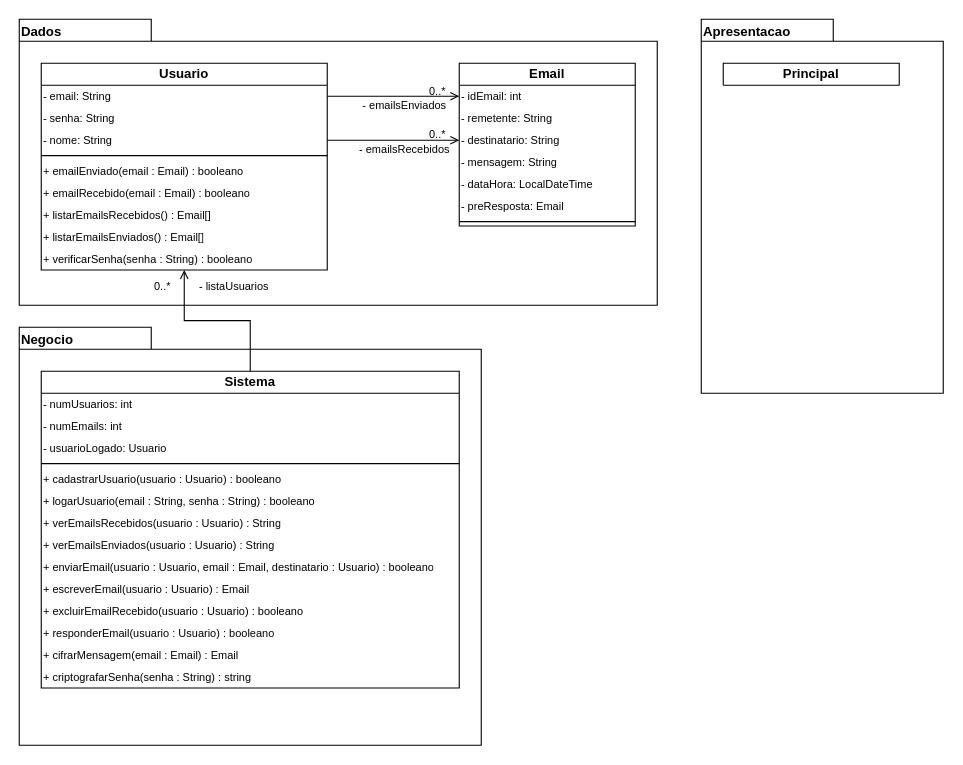
Earlier version of the draw.io diagram TF/Modelo de Classe TF1.drawio (JoaoVargas/2023.2.POO). Source tidied: cells renumbered, new cells numbered last; positions are measured from the earlier drawing's top-left corner, leaving out a move shared by most shapes. Both pictures are drawn from the tidied source at 110%, with x=0, y=0 at pixel (19, 19).
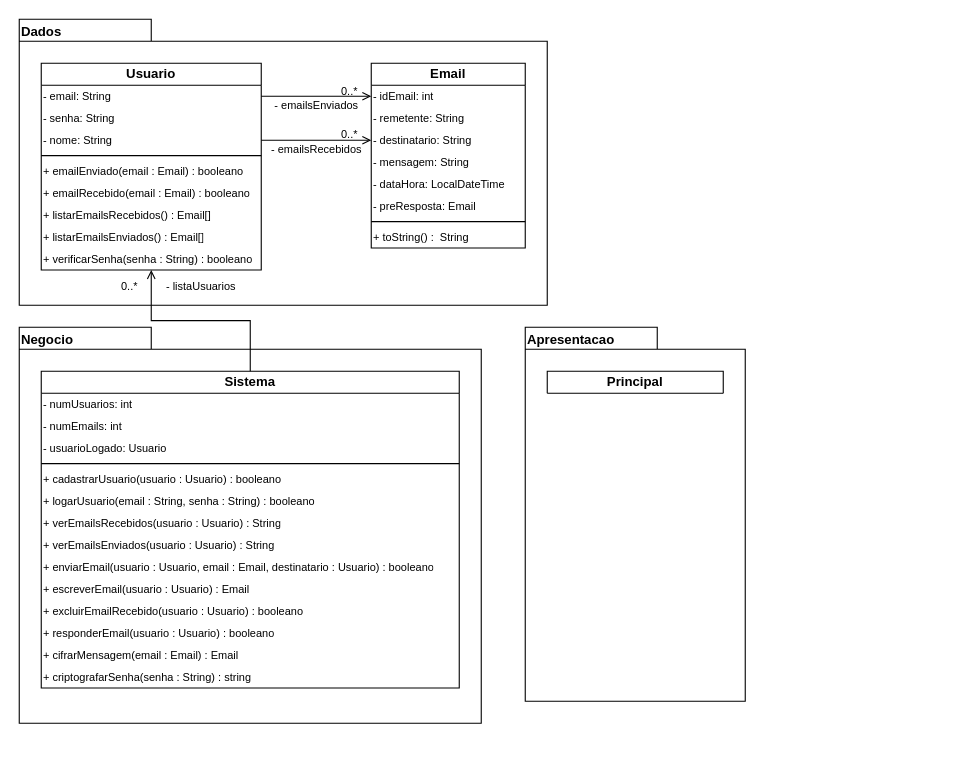
After the change.

The edit, as a diff of the source:
```diff
@@
     <mxCell id="2" value="Dados" style="shape=folder;fontStyle=1;spacingTop=0;tabWidth=120;tabHeight=20;tabPosition=left;html=1;whiteSpace=wrap;align=left;verticalAlign=top;labelPosition=center;verticalLabelPosition=middle;horizontal=1;spacing=0;spacingLeft=2;fillColor=none;rounded=0;" parent="1" vertex="1">
-      <mxGeometry width="580" height="260" as="geometry" />
+      <mxGeometry width="480" height="260" as="geometry" />
     </mxCell>
     <mxCell id="3" value="- emailsEnviados" style="text;html=1;align=center;verticalAlign=middle;strokeColor=none;fillColor=none;fontSize=10;" parent="1" vertex="1">
-      <mxGeometry x="300" y="63" width="100" height="30" as="geometry" />
+      <mxGeometry x="220" y="63" width="100" height="30" as="geometry" />
     </mxCell>
     <mxCell id="4" value="- emailsRecebidos" style="text;html=1;align=center;verticalAlign=middle;strokeColor=none;fillColor=none;fontSize=10;" parent="1" vertex="1">
-      <mxGeometry x="295" y="103" width="110" height="30" as="geometry" />
+      <mxGeometry x="215" y="103" width="110" height="30" as="geometry" />
     </mxCell>
     <mxCell id="5" value="&lt;div&gt;Negocio&lt;/div&gt;" style="shape=folder;fontStyle=1;spacingTop=0;tabWidth=120;tabHeight=20;tabPosition=left;html=1;whiteSpace=wrap;align=left;verticalAlign=top;labelPosition=center;verticalLabelPosition=middle;horizontal=1;spacing=0;spacingLeft=2;fillColor=none;rounded=0;" parent="1" vertex="1">
-      <mxGeometry y="280" width="420" height="380" as="geometry" />
+      <mxGeometry y="280" width="420" height="360" as="geometry" />
     </mxCell>
     <mxCell id="6" value="Apresentacao" style="shape=folder;fontStyle=1;spacingTop=0;tabWidth=120;tabHeight=20;tabPosition=left;html=1;whiteSpace=wrap;align=left;verticalAlign=top;labelPosition=center;verticalLabelPosition=middle;horizontal=1;spacing=0;spacingLeft=2;fillColor=none;rounded=0;" parent="1" vertex="1">
-      <mxGeometry x="620" width="220" height="340" as="geometry" />
+      <mxGeometry x="460" y="280" width="200" height="340" as="geometry" />
     </mxCell>
@@
     <mxCell id="8" value="&lt;b&gt;Usuario&lt;/b&gt;" style="swimlane;fontStyle=0;horizontal=1;startSize=20;fillColor=none;whiteSpace=wrap;html=1;rounded=0;" parent="1" vertex="1">
-      <mxGeometry x="20" y="40" width="260" height="188" as="geometry" />
+      <mxGeometry x="20" y="40" width="200" height="188" as="geometry" />
     </mxCell>
     <mxCell id="9" value="&lt;div style=&quot;font-size: 10px;&quot;&gt;- email: String&lt;/div&gt;" style="text;strokeColor=none;fillColor=none;align=left;verticalAlign=middle;spacingLeft=2;spacingRight=2;overflow=hidden;points=[[0,0.5],[1,0.5]];portConstraint=eastwest;whiteSpace=wrap;html=1;spacing=0;fontSize=10;rounded=0;" parent="8" vertex="1">
-      <mxGeometry y="20" width="260" height="20" as="geometry" />
+      <mxGeometry y="20" width="200" height="20" as="geometry" />
     </mxCell>
     <mxCell id="10" value="&lt;div style=&quot;font-size: 10px;&quot;&gt;- senha: String&lt;/div&gt;" style="text;strokeColor=none;fillColor=none;align=left;verticalAlign=middle;spacingLeft=2;spacingRight=2;overflow=hidden;whiteSpace=wrap;html=1;spacing=0;fontSize=10;rounded=0;" parent="8" vertex="1">
-      <mxGeometry y="40" width="260" height="20" as="geometry" />
+      <mxGeometry y="40" width="200" height="20" as="geometry" />
     </mxCell>
     <mxCell id="11" value="&lt;div style=&quot;font-size: 10px;&quot;&gt;- nome: String&lt;/div&gt;" style="text;strokeColor=none;fillColor=none;align=left;verticalAlign=middle;spacingLeft=2;spacingRight=2;overflow=hidden;points=[[0,0.5],[1,0.5]];portConstraint=eastwest;whiteSpace=wrap;html=1;spacing=0;fontSize=10;rounded=0;" parent="8" vertex="1">
-      <mxGeometry y="60" width="260" height="20" as="geometry" />
+      <mxGeometry y="60" width="200" height="20" as="geometry" />
     </mxCell>
     <mxCell id="12" style="line;strokeWidth=1;fillColor=none;align=left;verticalAlign=middle;spacingTop=-1;spacingLeft=3;spacingRight=3;labelPosition=right;strokeColor=inherit;rounded=0;" parent="8" vertex="1">
-      <mxGeometry y="80" width="260" height="8" as="geometry" />
+      <mxGeometry y="80" width="200" height="8" as="geometry" />
     </mxCell>
     <mxCell id="13" value="&lt;div style=&quot;font-size: 10px;&quot;&gt;+ emailEnviado(email : Email) : booleano&lt;br&gt;&lt;/div&gt;" style="text;strokeColor=none;fillColor=none;align=left;verticalAlign=middle;spacingLeft=2;spacingRight=2;overflow=hidden;whiteSpace=wrap;html=1;spacing=0;fontSize=10;rounded=0;" parent="8" vertex="1">
-      <mxGeometry y="88" width="260" height="20" as="geometry" />
+      <mxGeometry y="88" width="200" height="20" as="geometry" />
     </mxCell>
     <mxCell id="14" value="&lt;div style=&quot;font-size: 10px;&quot;&gt;+ emailRecebido(email : Email) : booleano&lt;br&gt;&lt;/div&gt;" style="text;strokeColor=none;fillColor=none;align=left;verticalAlign=middle;spacingLeft=2;spacingRight=2;overflow=hidden;whiteSpace=wrap;html=1;spacing=0;fontSize=10;rounded=0;" parent="8" vertex="1">
-      <mxGeometry y="108" width="260" height="20" as="geometry" />
+      <mxGeometry y="108" width="200" height="20" as="geometry" />
     </mxCell>
     <mxCell id="15" value="&lt;div style=&quot;font-size: 10px;&quot;&gt;+ listarEmailsRecebidos() : Email[]&lt;br&gt;&lt;/div&gt;" style="text;strokeColor=none;fillColor=none;align=left;verticalAlign=middle;spacingLeft=2;spacingRight=2;overflow=hidden;whiteSpace=wrap;html=1;spacing=0;fontSize=10;rounded=0;" parent="8" vertex="1">
-      <mxGeometry y="128" width="260" height="20" as="geometry" />
+      <mxGeometry y="128" width="200" height="20" as="geometry" />
     </mxCell>
     <mxCell id="16" value="&lt;div style=&quot;font-size: 10px;&quot;&gt;+ listarEmailsEnviados() : Email[]&lt;br&gt;&lt;/div&gt;" style="text;strokeColor=none;fillColor=none;align=left;verticalAlign=middle;spacingLeft=2;spacingRight=2;overflow=hidden;whiteSpace=wrap;html=1;spacing=0;fontSize=10;rounded=0;" parent="8" vertex="1">
-      <mxGeometry y="148" width="260" height="20" as="geometry" />
+      <mxGeometry y="148" width="200" height="20" as="geometry" />
     </mxCell>
     <mxCell id="17" value="&lt;div style=&quot;font-size: 10px;&quot;&gt;+ verificarSenha(senha : String) : booleano&lt;br&gt;&lt;/div&gt;" style="text;strokeColor=none;fillColor=none;align=left;verticalAlign=middle;spacingLeft=2;spacingRight=2;overflow=hidden;whiteSpace=wrap;html=1;spacing=0;fontSize=10;rounded=0;" parent="8" vertex="1">
-      <mxGeometry y="168" width="260" height="20" as="geometry" />
+      <mxGeometry y="168" width="200" height="20" as="geometry" />
     </mxCell>
     <mxCell id="18" value="&lt;b&gt;Email&lt;/b&gt;" style="swimlane;fontStyle=0;horizontal=1;startSize=20;fillColor=none;whiteSpace=wrap;html=1;rounded=0;" parent="1" vertex="1">
-      <mxGeometry x="400" y="40" width="160" height="148" as="geometry" />
+      <mxGeometry x="320" y="40" width="140" height="168" as="geometry" />
     </mxCell>
     <mxCell id="19" value="&lt;div style=&quot;font-size: 10px;&quot;&gt;- idEmail: int&lt;/div&gt;" style="text;strokeColor=none;fillColor=none;align=left;verticalAlign=middle;spacingLeft=2;spacingRight=2;overflow=hidden;points=[[0,0.5],[1,0.5]];portConstraint=eastwest;whiteSpace=wrap;html=1;spacing=0;fontSize=10;rounded=0;" parent="18" vertex="1">
-      <mxGeometry y="20" width="160" height="20" as="geometry" />
+      <mxGeometry y="20" width="140" height="20" as="geometry" />
     </mxCell>
     <mxCell id="20" value="&lt;div style=&quot;font-size: 10px;&quot;&gt;- remetente: String&lt;/div&gt;" style="text;strokeColor=none;fillColor=none;align=left;verticalAlign=middle;spacingLeft=2;spacingRight=2;overflow=hidden;whiteSpace=wrap;html=1;spacing=0;fontSize=10;rounded=0;" parent="18" vertex="1">
-      <mxGeometry y="40" width="160" height="20" as="geometry" />
+      <mxGeometry y="40" width="140" height="20" as="geometry" />
     </mxCell>
     <mxCell id="21" value="&lt;div style=&quot;font-size: 10px;&quot;&gt;- destinatario: String&lt;/div&gt;" style="text;strokeColor=none;fillColor=none;align=left;verticalAlign=middle;spacingLeft=2;spacingRight=2;overflow=hidden;points=[[0,0.5],[1,0.5]];portConstraint=eastwest;whiteSpace=wrap;html=1;spacing=0;fontSize=10;rounded=0;" parent="18" vertex="1">
-      <mxGeometry y="60" width="160" height="20" as="geometry" />
+      <mxGeometry y="60" width="140" height="20" as="geometry" />
     </mxCell>
     <mxCell id="22" value="&lt;div style=&quot;font-size: 10px;&quot;&gt;- mensagem: String&lt;/div&gt;" style="text;strokeColor=none;fillColor=none;align=left;verticalAlign=middle;spacingLeft=2;spacingRight=2;overflow=hidden;whiteSpace=wrap;html=1;spacing=0;fontSize=10;rounded=0;" parent="18" vertex="1">
-      <mxGeometry y="80" width="160" height="20" as="geometry" />
+      <mxGeometry y="80" width="140" height="20" as="geometry" />
     </mxCell>
     <mxCell id="23" value="&lt;div style=&quot;font-size: 10px;&quot;&gt;- dataHora: LocalDateTime&lt;/div&gt;" style="text;strokeColor=none;fillColor=none;align=left;verticalAlign=middle;spacingLeft=2;spacingRight=2;overflow=hidden;whiteSpace=wrap;html=1;spacing=0;fontSize=10;rounded=0;" parent="18" vertex="1">
-      <mxGeometry y="100" width="160" height="20" as="geometry" />
+      <mxGeometry y="100" width="140" height="20" as="geometry" />
     </mxCell>
     <mxCell id="24" value="&lt;div style=&quot;font-size: 10px;&quot;&gt;- preResposta: Email&lt;/div&gt;" style="text;strokeColor=none;fillColor=none;align=left;verticalAlign=middle;spacingLeft=2;spacingRight=2;overflow=hidden;whiteSpace=wrap;html=1;spacing=0;fontSize=10;rounded=0;" parent="18" vertex="1">
-      <mxGeometry y="120" width="160" height="20" as="geometry" />
+      <mxGeometry y="120" width="140" height="20" as="geometry" />
     </mxCell>
     <mxCell id="25" style="line;strokeWidth=1;fillColor=none;align=left;verticalAlign=middle;spacingTop=-1;spacingLeft=3;spacingRight=3;labelPosition=right;strokeColor=inherit;rounded=0;" parent="18" vertex="1">
-      <mxGeometry y="140" width="160" height="8" as="geometry" />
+      <mxGeometry y="140" width="140" height="8" as="geometry" />
     </mxCell>
+    <mxCell id="48" value="&lt;div style=&quot;font-size: 10px;&quot;&gt;+ toString() :&amp;nbsp; String&lt;br&gt;&lt;/div&gt;" style="text;strokeColor=none;fillColor=none;align=left;verticalAlign=middle;spacingLeft=2;spacingRight=2;overflow=hidden;whiteSpace=wrap;html=1;spacing=0;fontSize=10;rounded=0;" parent="18" vertex="1">
+      <mxGeometry y="148" width="140" height="20" as="geometry" />
+    </mxCell>
     <mxCell id="26" value="&lt;b&gt;Principal&lt;/b&gt;" style="swimlane;fontStyle=0;horizontal=1;startSize=20;fillColor=none;whiteSpace=wrap;html=1;rounded=0;" parent="1" vertex="1" collapsed="1">
-      <mxGeometry x="640" y="40" width="160" height="20" as="geometry" />
+      <mxGeometry x="480" y="320" width="160" height="20" as="geometry" />
     </mxCell>
@@
     <mxCell id="43" value="0..*" style="text;html=1;align=center;verticalAlign=middle;strokeColor=none;fillColor=none;fontSize=10;" parent="1" vertex="1">
-      <mxGeometry x="360" y="50" width="40" height="30" as="geometry" />
+      <mxGeometry x="280" y="50" width="40" height="30" as="geometry" />
     </mxCell>
@@
     <mxCell id="45" value="0..*" style="text;html=1;align=center;verticalAlign=middle;strokeColor=none;fillColor=none;fontSize=10;" parent="1" vertex="1">
-      <mxGeometry x="360" y="89" width="40" height="30" as="geometry" />
+      <mxGeometry x="280" y="89" width="40" height="30" as="geometry" />
     </mxCell>
     <mxCell id="46" value="- listaUsuarios" style="text;html=1;align=center;verticalAlign=middle;strokeColor=none;fillColor=none;fontSize=10;" parent="1" vertex="1">
-      <mxGeometry x="150" y="228" width="90" height="30" as="geometry" />
+      <mxGeometry x="120" y="228" width="90" height="30" as="geometry" />
     </mxCell>
     <mxCell id="47" value="0..*" style="text;html=1;align=center;verticalAlign=middle;strokeColor=none;fillColor=none;fontSize=10;" parent="1" vertex="1">
-      <mxGeometry x="110" y="228" width="40" height="30" as="geometry" />
+      <mxGeometry x="80" y="228" width="40" height="30" as="geometry" />
     </mxCell>
```
